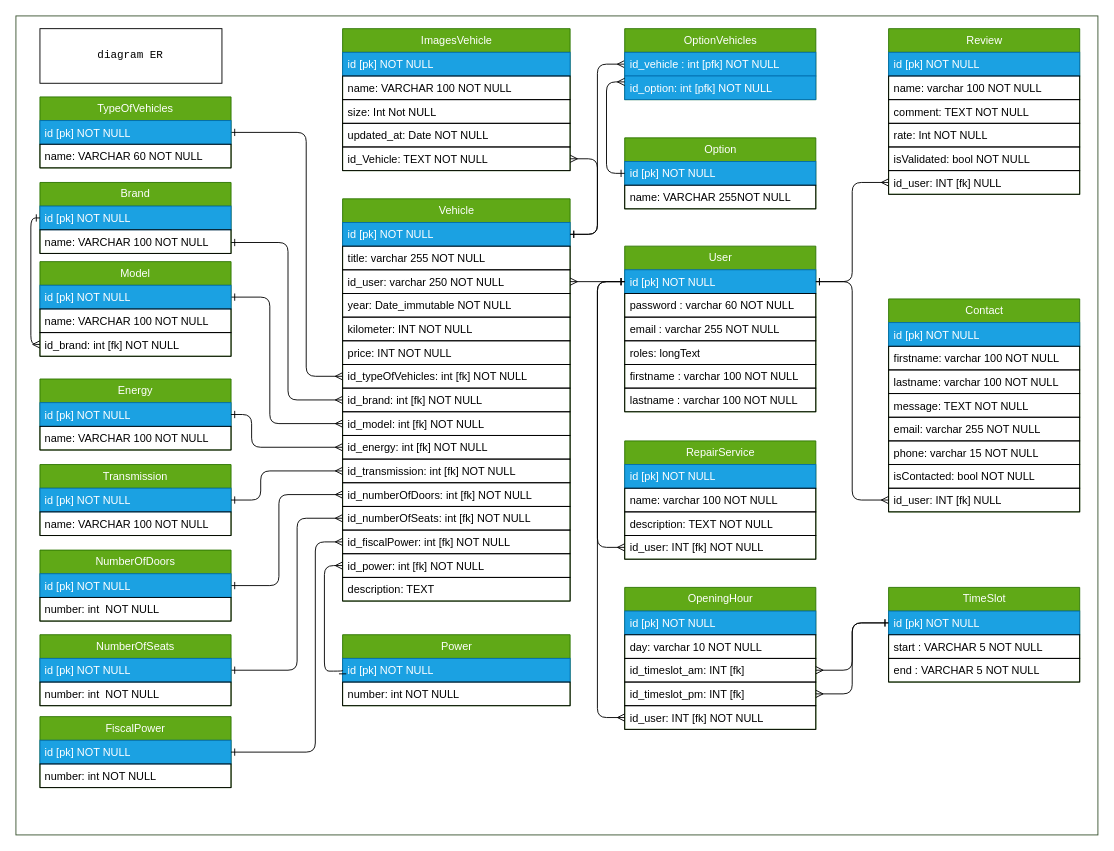
Earlier version of the draw.io diagram documentations/DIO/diag-ER.dio (SandrineOrieux/Garage-V-Parrot). Source tidied: cells renumbered, new cells numbered last; positions are measured from the earlier drawing's top-left corner, leaving out a move shared by most shapes. Both pictures are drawn from the tidied source at 91%, with x=0, y=0 at pixel (15, 15).
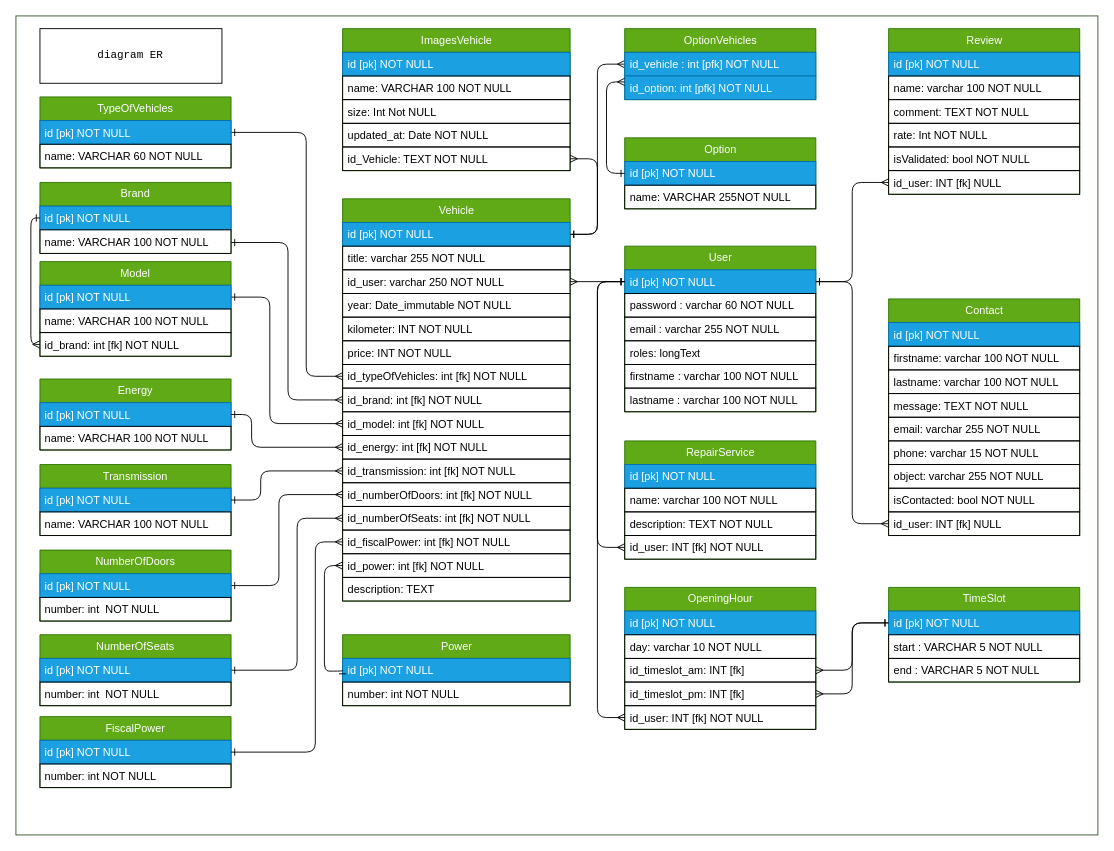
The same diagram, later.

What changed in the source:
```diff
@@
     <mxCell id="91" value="Contact" style="swimlane;fontStyle=0;horizontal=1;startSize=26;fillColor=#60a917;html=1;strokeColor=#2D7600;fontColor=#ffffff;" parent="1" vertex="1">
-      <mxGeometry x="959" y="311" width="210" height="234" as="geometry" />
+      <mxGeometry x="959" y="311" width="210" height="260" as="geometry" />
     </mxCell>
@@
+    <mxCell id="119" value="object: varchar 255 NOT NULL" style="text;strokeColor=#000000;fillColor=none;align=left;verticalAlign=top;spacingLeft=4;spacingRight=4;overflow=hidden;whiteSpace=wrap;html=1;fontColor=#000000;" parent="91" vertex="1">
+      <mxGeometry y="182" width="210" height="26" as="geometry" />
+    </mxCell>
     <mxCell id="98" value="isContacted: bool NOT NULL" style="text;strokeColor=#000000;fillColor=none;align=left;verticalAlign=top;spacingLeft=4;spacingRight=4;overflow=hidden;whiteSpace=wrap;html=1;fontColor=#000000;" parent="91" vertex="1">
-      <mxGeometry y="182" width="210" height="26" as="geometry" />
+      <mxGeometry y="208" width="210" height="26" as="geometry" />
     </mxCell>
     <mxCell id="99" value="id_user: INT [fk] NULL" style="text;strokeColor=#000000;fillColor=none;align=left;verticalAlign=top;spacingLeft=4;spacingRight=4;overflow=hidden;points=[[0,0.5],[1,0.5]];portConstraint=eastwest;whiteSpace=wrap;html=1;fontColor=#000000;" parent="91" vertex="1">
-      <mxGeometry y="208" width="210" height="26" as="geometry" />
+      <mxGeometry y="234" width="210" height="26" as="geometry" />
     </mxCell>
```
